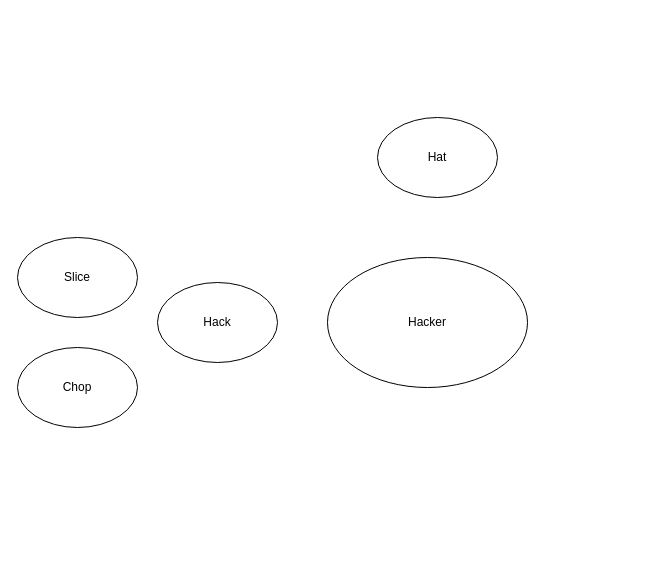
Earlier version of the draw.io diagram word-cloud.drawio (popados/01_diagrams). Source tidied: cells renumbered, new cells numbered last; positions are measured from the earlier drawing's top-left corner, leaving out a move shared by most shapes. Both pictures are drawn from the tidied source at 100%, with x=0, y=0 at pixel (17, 117).
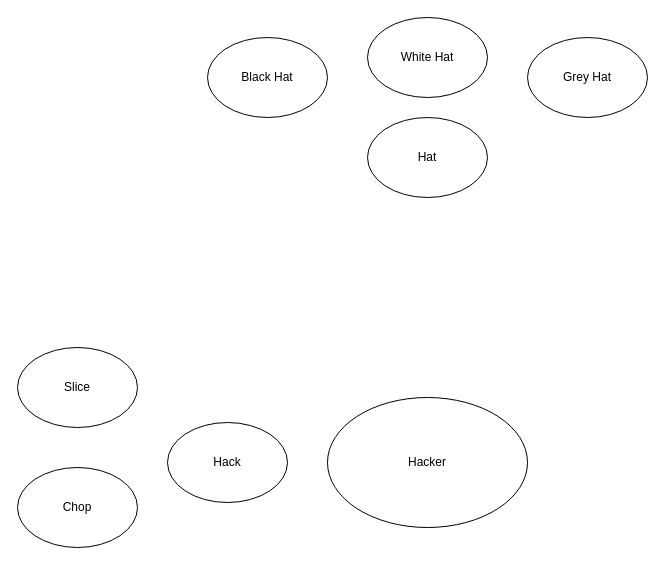
The same page after the edit.

What changed in the source:
```diff
@@
 <mxGraphModel>
   <root>
     <mxCell id="0" />
     <mxCell id="1" parent="0" />
     <mxCell id="2" value="Hacker" style="ellipse;whiteSpace=wrap;html=1;" parent="1" vertex="1">
-      <mxGeometry x="310" y="140" width="200" height="130" as="geometry" />
+      <mxGeometry x="310" y="280" width="200" height="130" as="geometry" />
     </mxCell>
     <mxCell id="3" value="Chop" style="ellipse;whiteSpace=wrap;html=1;" parent="1" vertex="1">
-      <mxGeometry y="230" width="120" height="80" as="geometry" />
+      <mxGeometry y="350" width="120" height="80" as="geometry" />
     </mxCell>
     <mxCell id="4" value="Slice" style="ellipse;whiteSpace=wrap;html=1;" parent="1" vertex="1">
-      <mxGeometry y="120" width="120" height="80" as="geometry" />
+      <mxGeometry y="230" width="120" height="80" as="geometry" />
     </mxCell>
     <mxCell id="5" value="Hat" style="ellipse;whiteSpace=wrap;html=1;" parent="1" vertex="1">
-      <mxGeometry x="360" width="120" height="80" as="geometry" />
+      <mxGeometry x="350" width="120" height="80" as="geometry" />
     </mxCell>
     <mxCell id="6" value="Hack" style="ellipse;whiteSpace=wrap;html=1;" parent="1" vertex="1">
-      <mxGeometry x="140" y="165" width="120" height="80" as="geometry" />
+      <mxGeometry x="150" y="305" width="120" height="80" as="geometry" />
     </mxCell>
+    <mxCell id="7" value="Black Hat" style="ellipse;whiteSpace=wrap;html=1;" parent="1" vertex="1">
+      <mxGeometry x="190" y="-80" width="120" height="80" as="geometry" />
+    </mxCell>
+    <mxCell id="8" value="White Hat" style="ellipse;whiteSpace=wrap;html=1;" parent="1" vertex="1">
+      <mxGeometry x="350" y="-100" width="120" height="80" as="geometry" />
+    </mxCell>
+    <mxCell id="9" value="Grey Hat" style="ellipse;whiteSpace=wrap;html=1;" parent="1" vertex="1">
+      <mxGeometry x="510" y="-80" width="120" height="80" as="geometry" />
+    </mxCell>
   </root>
 </mxGraphModel>
```
